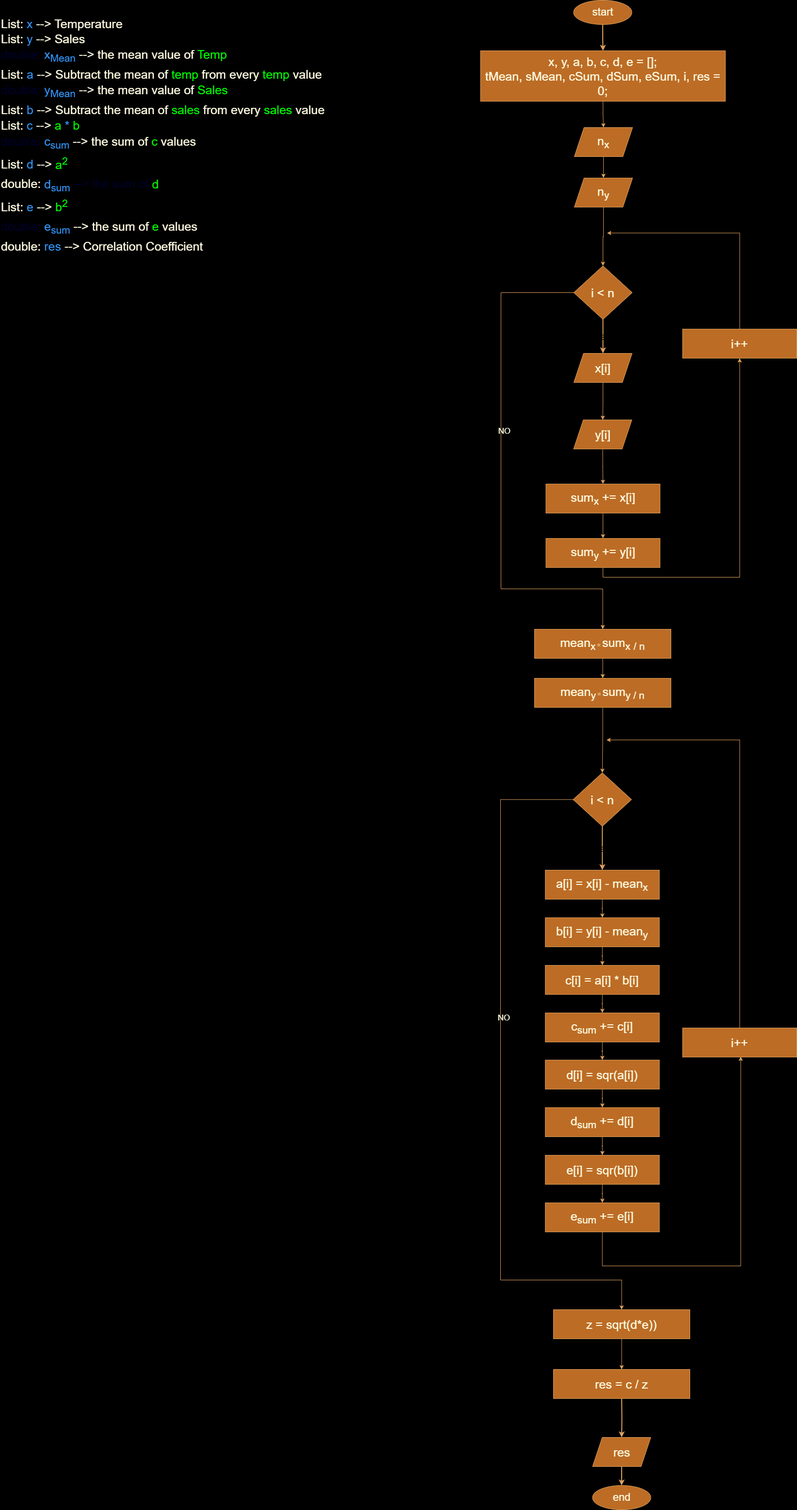
5alafawyyy/Cloud-Native-Base-Camp keeps this draw.io diagram as Algorithms/Correlation.drawio.png. Above is the earlier version. Source tidied: cells renumbered, new cells last; positions are measured from the earlier drawing's top-left corner, leaving out a move shared by most shapes.
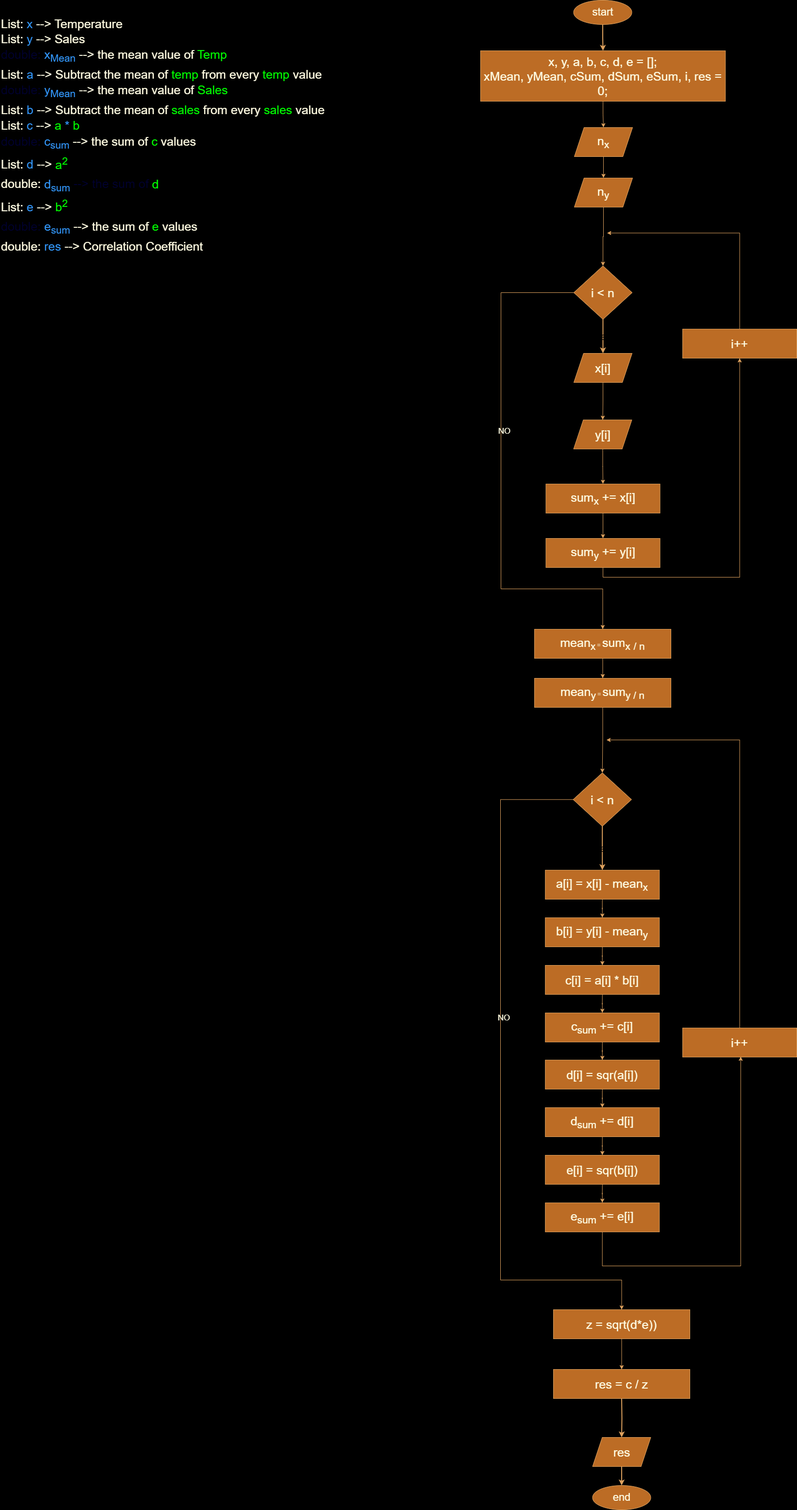
Later version of the same file.

What changed in the source:
```diff
@@ -11,7 +11,7 @@
     <mxCell id="4" style="edgeStyle=orthogonalEdgeStyle;rounded=0;jettySize=auto;html=1;fontColor=default;labelBackgroundColor=none;strokeWidth=1;strokeColor=#DDA15E;" parent="1" edge="1" source="5" target="7">
       <mxGeometry relative="1" as="geometry" />
     </mxCell>
-    <mxCell id="5" value="&lt;font style=&quot;font-size: 25px;&quot;&gt;x, y, a, b, c, d, e = [];&lt;br&gt;tMean, sMean, cSum, dSum, eSum, i, res = 0;&lt;br&gt;&lt;/font&gt;" style="rounded=0;whiteSpace=wrap;html=1;labelBackgroundColor=none;fillColor=#BC6C25;strokeColor=#DDA15E;fontColor=#FEFAE0;" parent="1" vertex="1">
+    <mxCell id="5" value="&lt;font style=&quot;font-size: 25px;&quot;&gt;x, y, a, b, c, d, e = [];&lt;br&gt;xMean, yMean, cSum, dSum, eSum, i, res = 0;&lt;br&gt;&lt;/font&gt;" style="rounded=0;whiteSpace=wrap;html=1;labelBackgroundColor=none;fillColor=#BC6C25;strokeColor=#DDA15E;fontColor=#FEFAE0;" parent="1" vertex="1">
       <mxGeometry x="988.9" y="104" width="504.2" height="104" as="geometry" />
     </mxCell>
     <mxCell id="6" style="edgeStyle=orthogonalEdgeStyle;rounded=0;jettySize=auto;html=1;entryX=0.5;entryY=0;entryDx=0;entryDy=0;labelBackgroundColor=none;strokeColor=#DDA15E;fontColor=default;" parent="1" edge="1" source="7" target="23">
```
